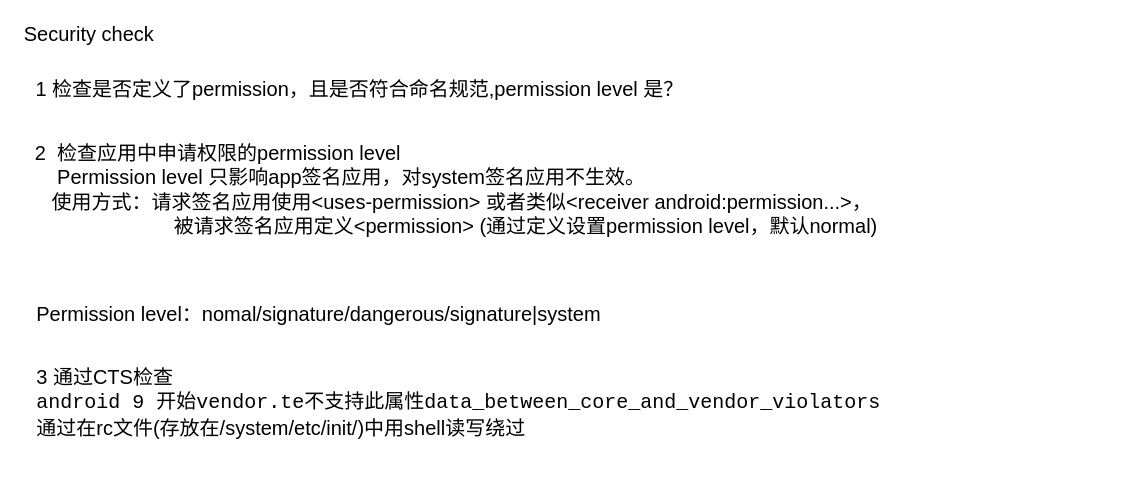
Before: page "Security check" (7 of 14) of AF review.drawio in LBACK1912/chart, a draw.io diagram. Source tidied: cells renumbered, new cells numbered last; positions are measured from the earlier drawing's top-left corner, leaving out a move shared by most shapes. Both pictures are drawn from the tidied source at 125%, with x=0, y=0 at pixel (21, 26).
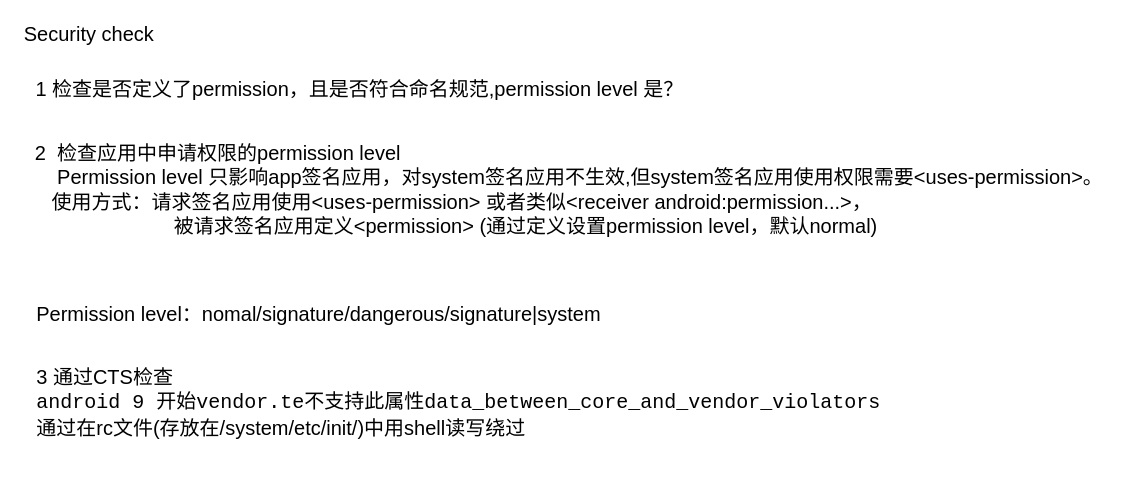
After the change.

What changed in the source:
```diff
@@
 <mxGraphModel>
   <root>
     <mxCell id="0" />
     <mxCell id="1" parent="0" />
-    <mxCell id="2" value="&lt;div style=&quot;font-size: 16px&quot; align=&quot;left&quot;&gt;&lt;font style=&quot;font-size: 16px&quot;&gt;&lt;font style=&quot;font-size: 16px&quot;&gt;&amp;nbsp; 2&amp;nbsp; 检查应用中申请权限的permission level&lt;/font&gt;&lt;/font&gt;&lt;/div&gt;&lt;div style=&quot;font-size: 16px&quot; align=&quot;left&quot;&gt;&lt;font style=&quot;font-size: 16px&quot;&gt;&amp;nbsp;&amp;nbsp;&amp;nbsp;&amp;nbsp;&amp;nbsp; Permission level 只影响app签名应用，对system签名应用不生效。&lt;/font&gt;&lt;/div&gt;&lt;div style=&quot;font-size: 16px&quot; align=&quot;left&quot;&gt;&lt;font style=&quot;font-size: 16px&quot;&gt;&amp;nbsp;&amp;nbsp;&amp;nbsp;&amp;nbsp; 使用方式：请求签名应用使用&amp;lt;uses-permission&amp;gt; 或者类似&amp;lt;receiver android:permission...&amp;gt;，&lt;/font&gt;&lt;/div&gt;&lt;div style=&quot;font-size: 16px&quot; align=&quot;left&quot;&gt;&lt;font style=&quot;font-size: 16px&quot;&gt;&amp;nbsp;&amp;nbsp;&amp;nbsp;&amp;nbsp;&amp;nbsp;&amp;nbsp;&amp;nbsp;&amp;nbsp;&amp;nbsp;&amp;nbsp;&amp;nbsp;&amp;nbsp;&amp;nbsp;&amp;nbsp;&amp;nbsp;&amp;nbsp;&amp;nbsp;&amp;nbsp;&amp;nbsp;&amp;nbsp;&amp;nbsp;&amp;nbsp;&amp;nbsp;&amp;nbsp;&amp;nbsp;&amp;nbsp; 被请求签名应用定义&amp;lt;permission&amp;gt; (通过定义设置permission level，默认normal)&lt;br&gt;&lt;/font&gt;&lt;/div&gt;" style="text;html=1;align=left;verticalAlign=middle;" parent="1" vertex="1">
-      <mxGeometry y="100" width="710" height="60" as="geometry" />
+    <mxCell id="2" value="&lt;div style=&quot;font-size: 16px&quot; align=&quot;left&quot;&gt;&lt;font style=&quot;font-size: 16px&quot;&gt;&lt;font style=&quot;font-size: 16px&quot;&gt;&amp;nbsp; 2&amp;nbsp; 检查应用中申请权限的permission level&lt;/font&gt;&lt;/font&gt;&lt;/div&gt;&lt;div style=&quot;font-size: 16px&quot; align=&quot;left&quot;&gt;&lt;font style=&quot;font-size: 16px&quot;&gt;&amp;nbsp;&amp;nbsp;&amp;nbsp;&amp;nbsp;&amp;nbsp; Permission level 只影响app签名应用，对system签名应用不生效,但system签名应用使用权限需要&lt;/font&gt;&lt;font style=&quot;font-size: 16px&quot;&gt;&lt;font style=&quot;font-size: 16px&quot;&gt;&amp;lt;uses-permission&amp;gt;&lt;/font&gt;。&lt;/font&gt;&lt;/div&gt;&lt;div style=&quot;font-size: 16px&quot; align=&quot;left&quot;&gt;&lt;font style=&quot;font-size: 16px&quot;&gt;&amp;nbsp;&amp;nbsp;&amp;nbsp;&amp;nbsp; 使用方式：请求签名应用使用&amp;lt;uses-permission&amp;gt; 或者类似&amp;lt;receiver android:permission...&amp;gt;，&lt;/font&gt;&lt;/div&gt;&lt;div style=&quot;font-size: 16px&quot; align=&quot;left&quot;&gt;&lt;font style=&quot;font-size: 16px&quot;&gt;&amp;nbsp;&amp;nbsp;&amp;nbsp;&amp;nbsp;&amp;nbsp;&amp;nbsp;&amp;nbsp;&amp;nbsp;&amp;nbsp;&amp;nbsp;&amp;nbsp;&amp;nbsp;&amp;nbsp;&amp;nbsp;&amp;nbsp;&amp;nbsp;&amp;nbsp;&amp;nbsp;&amp;nbsp;&amp;nbsp;&amp;nbsp;&amp;nbsp;&amp;nbsp;&amp;nbsp;&amp;nbsp;&amp;nbsp; 被请求签名应用定义&amp;lt;permission&amp;gt; (通过定义设置permission level，默认normal)&lt;br&gt;&lt;/font&gt;&lt;/div&gt;" style="text;html=1;align=left;verticalAlign=middle;" parent="1" vertex="1">
+      <mxGeometry y="100" width="880" height="60" as="geometry" />
     </mxCell>
     <mxCell id="3" value="&lt;div style=&quot;font-size: 16px&quot; align=&quot;left&quot;&gt;&lt;font style=&quot;font-size: 16px&quot;&gt;Permission level&lt;/font&gt;&lt;font style=&quot;font-size: 16px&quot;&gt;：nomal/signature/dangerous/signature|system&lt;/font&gt;&lt;/div&gt;" style="text;html=1;align=left;verticalAlign=middle;" parent="1" vertex="1">
       <mxGeometry x="10" y="220" width="500" height="20" as="geometry" />
     </mxCell>
     <mxCell id="4" value="&lt;div style=&quot;font-size: 16px&quot; align=&quot;left&quot;&gt;&lt;font style=&quot;font-size: 16px&quot;&gt;Security check&lt;br&gt;&lt;/font&gt;&lt;/div&gt;&lt;div style=&quot;font-size: 16px&quot; align=&quot;left&quot;&gt;&lt;font style=&quot;font-size: 16px&quot;&gt;&lt;br&gt;&lt;/font&gt;&lt;/div&gt;&lt;div style=&quot;font-size: 16px&quot; align=&quot;left&quot;&gt;&lt;font style=&quot;font-size: 16px&quot;&gt;&lt;br&gt;&lt;/font&gt;&lt;/div&gt;" style="text;html=1;align=left;verticalAlign=middle;" parent="1" vertex="1">
       <mxGeometry width="120" height="50" as="geometry" />
     </mxCell>
     <mxCell id="5" value="&lt;font style=&quot;font-size: 16px&quot;&gt;1 检查是否定义了permission，且是否符合命名规范,permission level 是？&lt;br&gt;&lt;/font&gt;" style="text;html=1;align=center;verticalAlign=middle;" parent="1" vertex="1">
       <mxGeometry y="40" width="540" height="20" as="geometry" />
     </mxCell>
     <mxCell id="6" value="&lt;div style=&quot;font-size: 16px&quot; align=&quot;left&quot;&gt;&lt;font style=&quot;font-size: 16px&quot;&gt;3 通过CTS检查&lt;/font&gt;&lt;/div&gt;&lt;div style=&quot;font-size: 16px&quot; align=&quot;left&quot;&gt;&lt;code dir=&quot;ltr&quot;&gt;android 9 开始vendor.te不支持此属性data_between_core_and_vendor_violators&lt;/code&gt;&lt;/div&gt;&lt;div style=&quot;font-size: 16px&quot; align=&quot;left&quot;&gt;&lt;font style=&quot;font-size: 16px&quot;&gt;通过在rc文件(存放在/system/etc/init/)中用shell读写绕过&lt;br&gt;&lt;/font&gt;&lt;/div&gt;&lt;div style=&quot;font-size: 16px&quot; align=&quot;left&quot;&gt;&lt;font style=&quot;font-size: 16px&quot;&gt;&lt;br&gt;&lt;/font&gt;&lt;/div&gt;" style="text;html=1;align=left;verticalAlign=middle;" parent="1" vertex="1">
       <mxGeometry x="10" y="280" width="690" height="60" as="geometry" />
     </mxCell>
   </root>
 </mxGraphModel>
```
